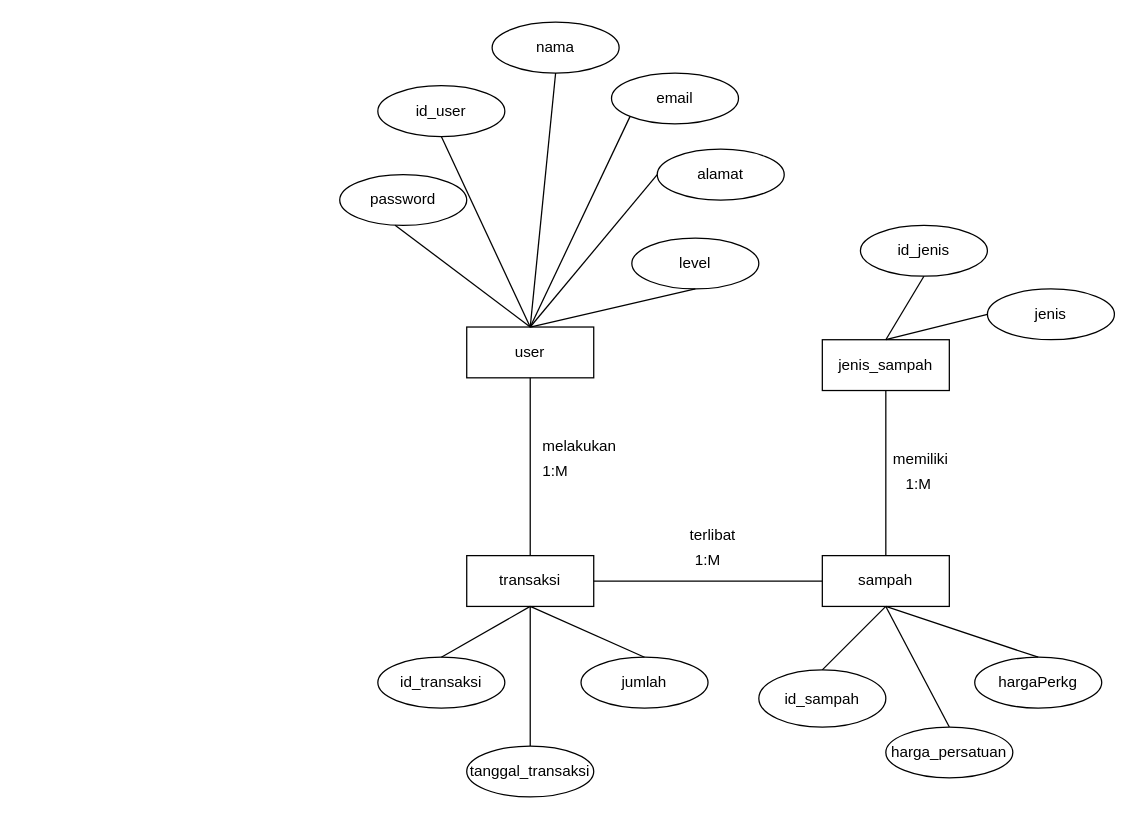
Before: page "erd" (23 of 23) of Untitled Diagram.drawio in dreamergirl01/uml_bankSampah, a draw.io diagram. Source tidied: cells renumbered, new cells numbered last; positions are measured from the earlier drawing's top-left corner, leaving out a move shared by most shapes. Both pictures are drawn from the tidied source at 127%, with x=0, y=0 at pixel (339, 22).
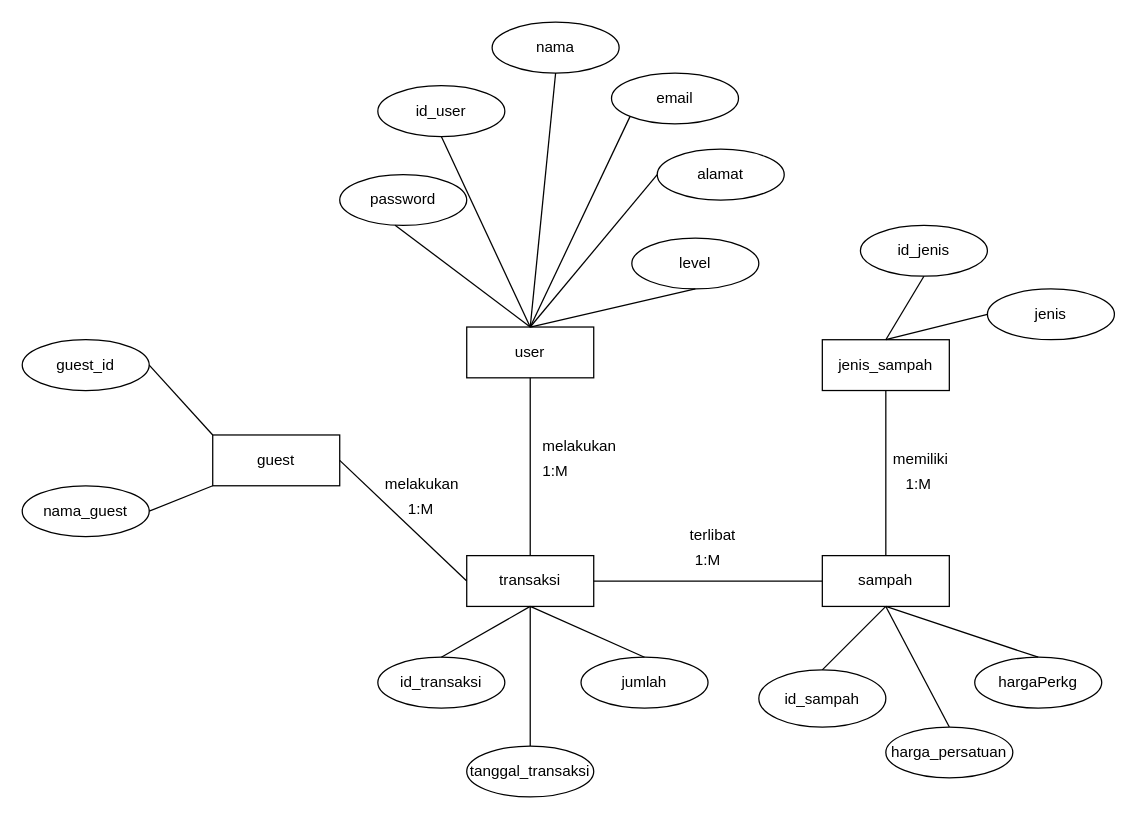
The same page after the edit.

Unchanged cells that the change refers to:
```xml
<mxCell id="15" value="transaksi" style="whiteSpace=wrap;html=1;align=center;" parent="1" vertex="1">
  <mxGeometry x="100" y="420" width="100" height="40" as="geometry" />
</mxCell>
```

Diff of the diagram source:
```diff
@@
+    <mxCell id="43" value="guest" style="whiteSpace=wrap;html=1;align=center;" parent="1" vertex="1">
+      <mxGeometry x="-100" y="325" width="100" height="40" as="geometry" />
+    </mxCell>
+    <mxCell id="44" style="endArrow=none;html=1;rounded=0;exitX=1;exitY=0.5;exitDx=0;exitDy=0;entryX=0;entryY=0.5;entryDx=0;entryDy=0;" parent="1" edge="1" source="43" target="15">
+      <mxGeometry relative="1" as="geometry" />
+    </mxCell>
+    <mxCell id="45" value="melakukan" style="text;strokeColor=none;fillColor=none;spacingLeft=4;spacingRight=4;overflow=hidden;fontSize=12;whiteSpace=wrap;html=1;" parent="1" vertex="1">
+      <mxGeometry x="30" y="350" width="76" height="30" as="geometry" />
+    </mxCell>
+    <mxCell id="46" value="1:M" style="text;strokeColor=none;fillColor=none;spacingLeft=4;spacingRight=4;overflow=hidden;fontSize=12;whiteSpace=wrap;html=1;" parent="1" vertex="1">
+      <mxGeometry x="48" y="370" width="40" height="30" as="geometry" />
+    </mxCell>
+    <mxCell id="47" value="guest_id" style="ellipse;whiteSpace=wrap;html=1;align=center;" parent="1" vertex="1">
+      <mxGeometry x="-250" y="250" width="100" height="40" as="geometry" />
+    </mxCell>
+    <mxCell id="48" style="endArrow=none;html=1;rounded=0;exitX=1;exitY=0.5;exitDx=0;exitDy=0;entryX=0;entryY=0;entryDx=0;entryDy=0;" parent="1" edge="1" source="47" target="43">
+      <mxGeometry relative="1" as="geometry" />
+    </mxCell>
+    <mxCell id="49" value="nama_guest" style="ellipse;whiteSpace=wrap;html=1;align=center;" parent="1" vertex="1">
+      <mxGeometry x="-250" y="365" width="100" height="40" as="geometry" />
+    </mxCell>
+    <mxCell id="50" style="endArrow=none;html=1;rounded=0;exitX=1;exitY=0.5;exitDx=0;exitDy=0;entryX=0;entryY=1;entryDx=0;entryDy=0;" parent="1" edge="1" source="49" target="43">
+      <mxGeometry relative="1" as="geometry" />
+    </mxCell>
```
